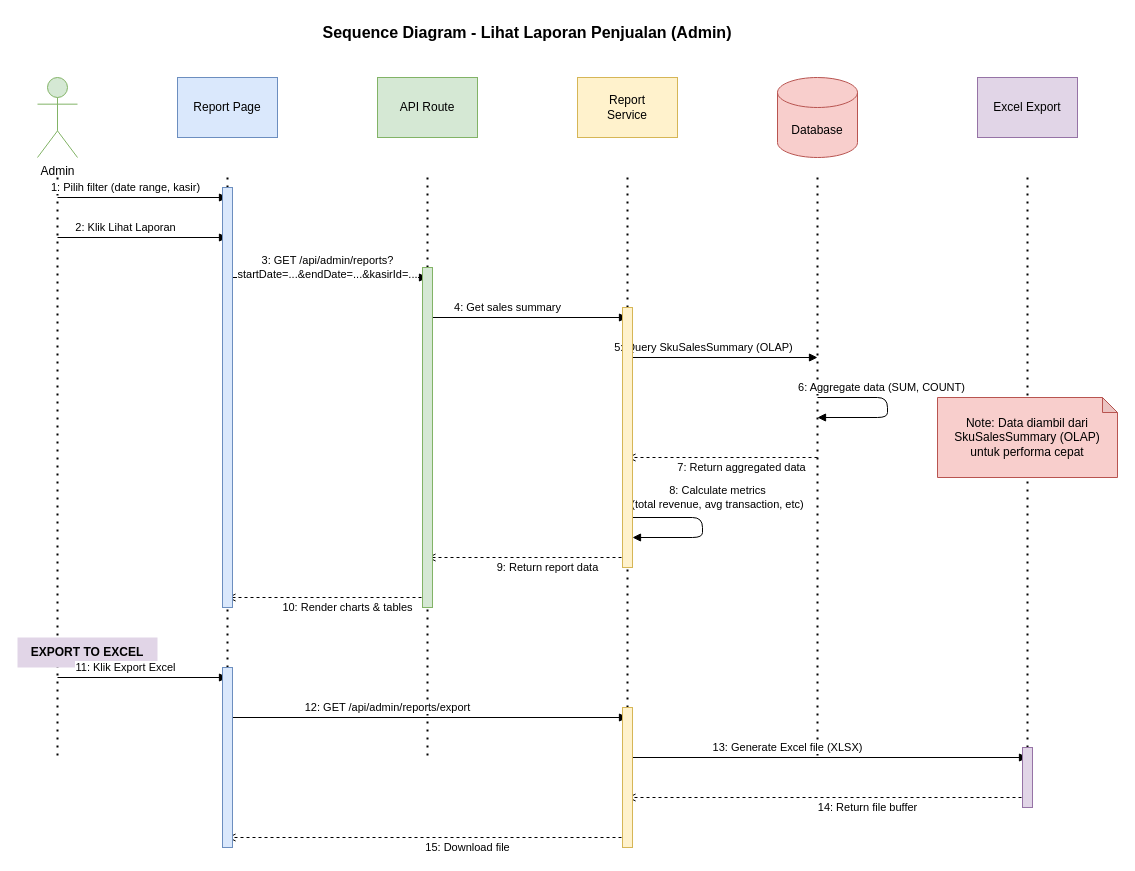
Before: fordza-docs/diagrams/sequence-07-laporan-penjualan.drawio in Aryo1235/fordza-web, a draw.io diagram. Source tidied: cells renumbered, new cells numbered last; positions are measured from the earlier drawing's top-left corner, leaving out a move shared by most shapes. Both pictures are drawn from the tidied source at 100%, with x=0, y=0 at pixel (17, 17).
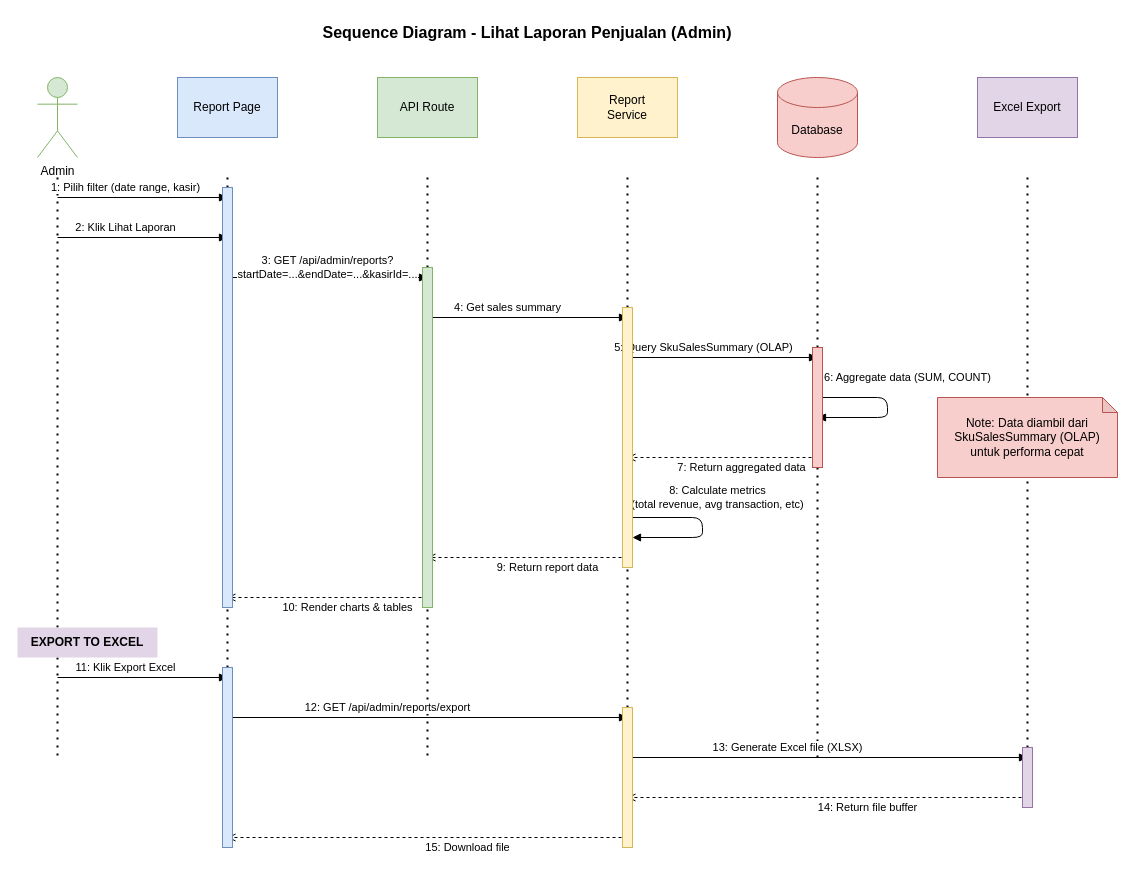
The same page after the edit.

The edit, as a diff of the source:
```diff
@@
-    <mxCell id="13" style="endArrow=none;dashed=1;html=1;dashPattern=1 3;strokeWidth=2;" parent="1" edge="1">
+    <mxCell id="13" style="endArrow=none;dashed=1;html=1;dashPattern=1 3;strokeWidth=2;" parent="1" edge="1" source="39">
       <mxGeometry relative="1" as="geometry">
-        <mxPoint x="800" y="160" as="sourcePoint" />
         <mxPoint x="800" y="740" as="targetPoint" />
       </mxGeometry>
     </mxCell>
@@
     <mxCell id="20" value="6: Aggregate data (SUM, COUNT)" style="endArrow=block;endFill=1;html=1;" parent="1" edge="1">
-      <mxGeometry x="-0.2" y="10" relative="1" as="geometry">
+      <mxGeometry x="-0.12" y="28" relative="1" as="geometry">
         <mxPoint x="800" y="380" as="sourcePoint" />
         <mxPoint x="800" y="400" as="targetPoint" />
         <Array as="points">
           <mxPoint x="870" y="380" />
           <mxPoint x="870" y="400" />
         </Array>
+        <mxPoint x="-8" y="-20" as="offset" />
       </mxGeometry>
     </mxCell>
@@
     <mxCell id="25" value="EXPORT TO EXCEL" style="text;html=1;strokeColor=none;fillColor=#e1d5e7;align=center;verticalAlign=middle;whiteSpace=wrap;rounded=0;fontSize=12;fontStyle=1;" parent="1" vertex="1">
-      <mxGeometry y="620" width="140" height="30" as="geometry" />
+      <mxGeometry y="610" width="140" height="30" as="geometry" />
     </mxCell>
@@
+    <mxCell id="38" style="endArrow=none;dashed=1;html=1;dashPattern=1 3;strokeWidth=2;" parent="1" edge="1" target="39">
+      <mxGeometry relative="1" as="geometry">
+        <mxPoint x="800" y="160" as="sourcePoint" />
+      </mxGeometry>
+    </mxCell>
+    <mxCell id="39" style="rounded=0;whiteSpace=wrap;html=1;fillColor=#f8cecc;strokeColor=#b85450;" parent="1" vertex="1">
+      <mxGeometry x="795" y="330" width="10" height="120" as="geometry" />
+    </mxCell>
```
